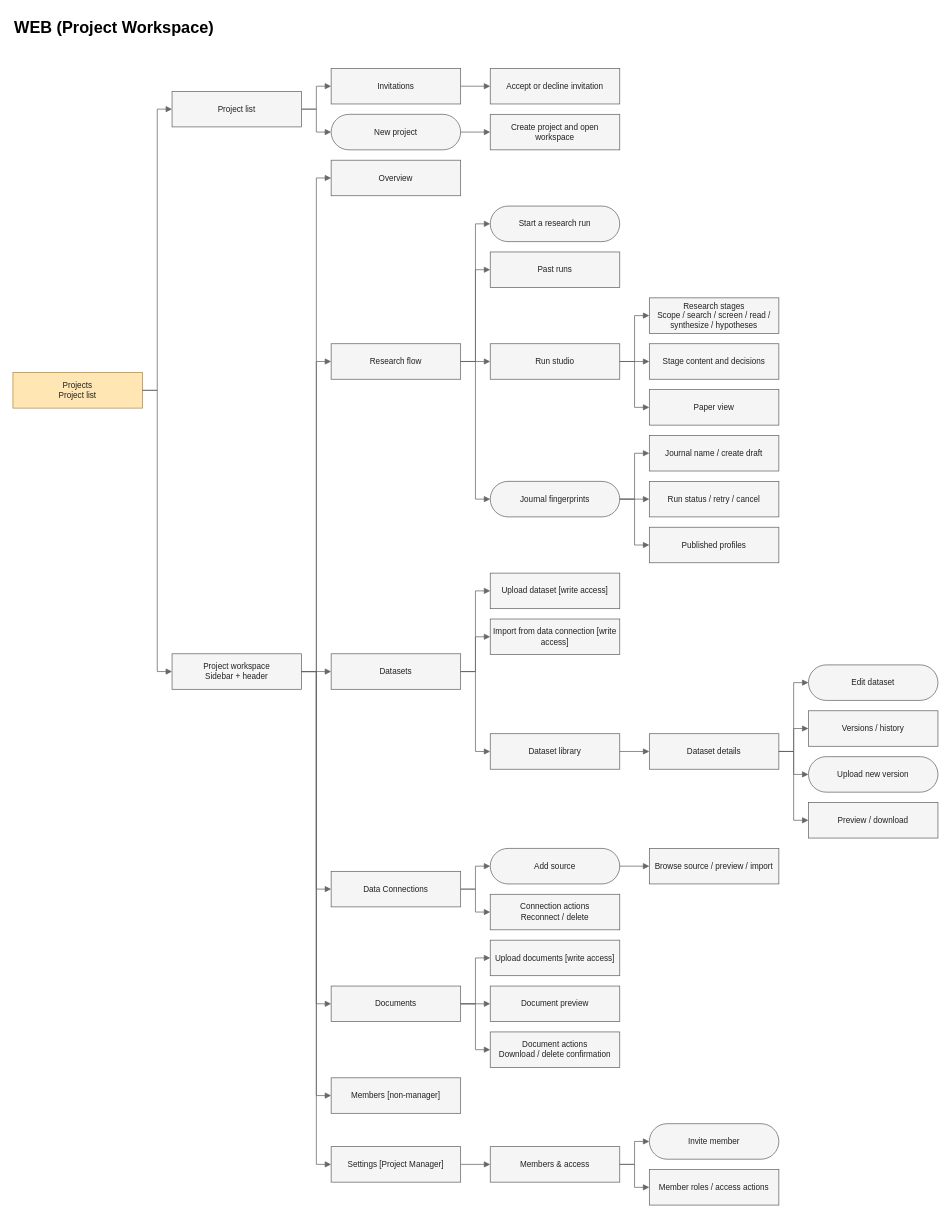
Before: page "Project Workspace" (2 of 8) of diagrams/02-screen-flow/Screen-Flow-Diagram.drawio in openai-scientist/docs, a draw.io diagram. Source tidied: cells renumbered, new cells numbered last; positions are measured from the earlier drawing's top-left corner, leaving out a move shared by most shapes. Both pictures are drawn from the tidied source at 74%, with x=0, y=0 at pixel (13, 13).
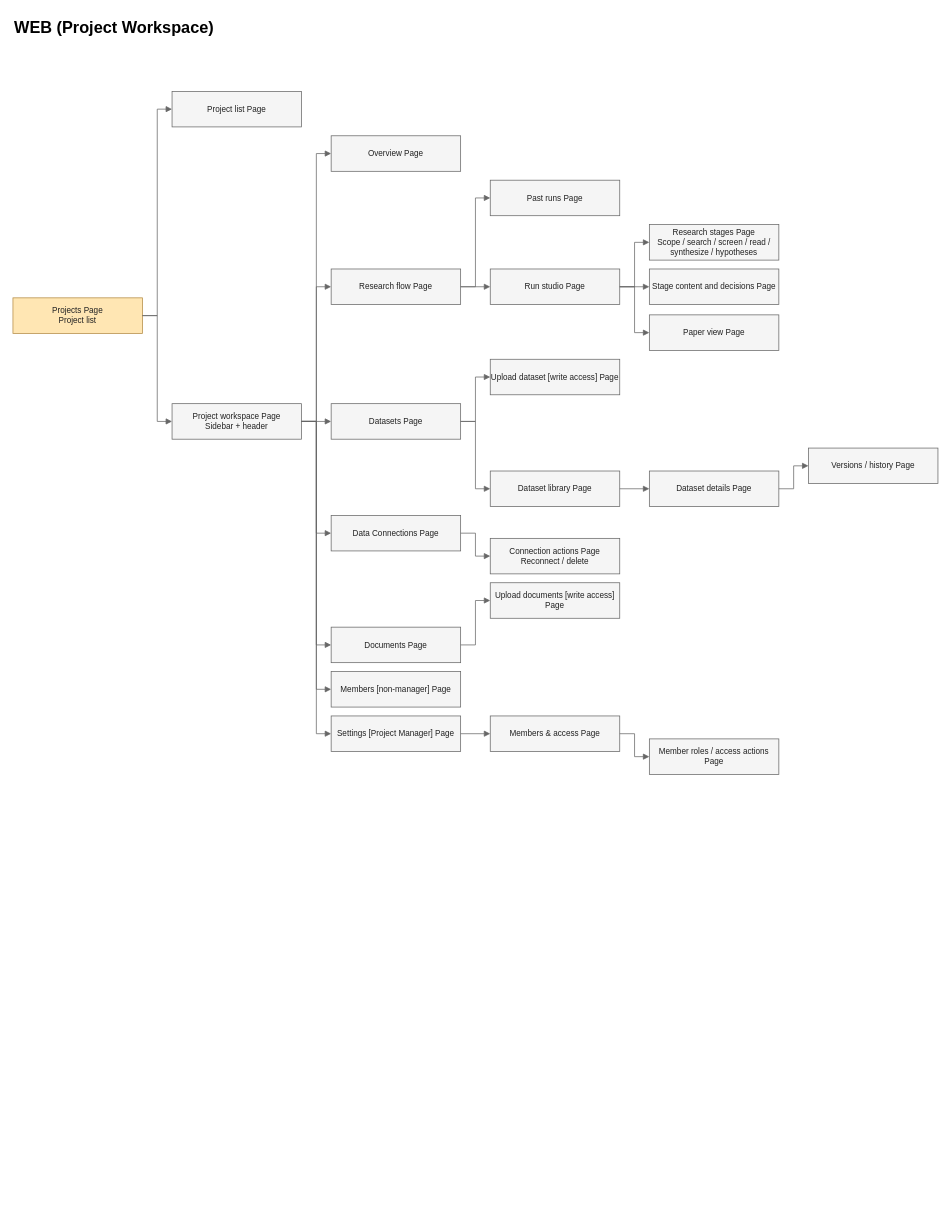
After the change.

Change to the diagram source:
```diff
@@
-    <mxCell id="3" value="Projects&#10;Project list" style="rounded=0;whiteSpace=wrap;html=1;fillColor=#f5f5f5;strokeColor=#666666;fontColor=#222222;fontFamily=Arial;fontSize=11;fillColor=#ffe6b3;strokeColor=#b38a42;" parent="1" vertex="1">
-      <mxGeometry y="486" width="175" height="48" as="geometry" />
+    <mxCell id="3" value="Projects Page&#10;Project list" style="rounded=0;whiteSpace=wrap;html=1;fillColor=#f5f5f5;strokeColor=#666666;fontColor=#222222;fontFamily=Arial;fontSize=11;fillColor=#ffe6b3;strokeColor=#b38a42;" parent="1" vertex="1">
+      <mxGeometry y="385" width="175" height="48" as="geometry" />
     </mxCell>
-    <mxCell id="4" value="Project list" style="rounded=0;whiteSpace=wrap;html=1;fillColor=#f5f5f5;strokeColor=#666666;fontColor=#222222;fontFamily=Arial;fontSize=11;" parent="1" vertex="1">
+    <mxCell id="4" value="Project list Page" style="rounded=0;whiteSpace=wrap;html=1;fillColor=#f5f5f5;strokeColor=#666666;fontColor=#222222;fontFamily=Arial;fontSize=11;" parent="1" vertex="1">
       <mxGeometry x="215" y="106" width="175" height="48" as="geometry" />
     </mxCell>
-    <mxCell id="5" value="Invitations" style="rounded=0;whiteSpace=wrap;html=1;fillColor=#f5f5f5;strokeColor=#666666;fontColor=#222222;fontFamily=Arial;fontSize=11;" parent="1" vertex="1">
-      <mxGeometry x="430" y="75" width="175" height="48" as="geometry" />
-    </mxCell>
-    <mxCell id="6" value="Accept or decline invitation" style="rounded=0;whiteSpace=wrap;html=1;fillColor=#f5f5f5;strokeColor=#666666;fontColor=#222222;fontFamily=Arial;fontSize=11;" parent="1" vertex="1">
-      <mxGeometry x="645" y="75" width="175" height="48" as="geometry" />
-    </mxCell>
-    <mxCell id="7" value="New project" style="rounded=0;whiteSpace=wrap;html=1;fillColor=#f5f5f5;strokeColor=#666666;fontColor=#222222;fontFamily=Arial;fontSize=11;rounded=1;arcSize=50;" parent="1" vertex="1">
-      <mxGeometry x="430" y="137" width="175" height="48" as="geometry" />
-    </mxCell>
-    <mxCell id="8" value="Create project and open workspace" style="rounded=0;whiteSpace=wrap;html=1;fillColor=#f5f5f5;strokeColor=#666666;fontColor=#222222;fontFamily=Arial;fontSize=11;" parent="1" vertex="1">
-      <mxGeometry x="645" y="137" width="175" height="48" as="geometry" />
-    </mxCell>
-    <mxCell id="9" value="Project workspace&#10;Sidebar + header" style="rounded=0;whiteSpace=wrap;html=1;fillColor=#f5f5f5;strokeColor=#666666;fontColor=#222222;fontFamily=Arial;fontSize=11;" parent="1" vertex="1">
-      <mxGeometry x="215" y="866" width="175" height="48" as="geometry" />
+    <mxCell id="9" value="Project workspace Page&#10;Sidebar + header" style="rounded=0;whiteSpace=wrap;html=1;fillColor=#f5f5f5;strokeColor=#666666;fontColor=#222222;fontFamily=Arial;fontSize=11;" parent="1" vertex="1">
+      <mxGeometry x="215" y="528" width="175" height="48" as="geometry" />
     </mxCell>
-    <mxCell id="10" value="Overview" style="rounded=0;whiteSpace=wrap;html=1;fillColor=#f5f5f5;strokeColor=#666666;fontColor=#222222;fontFamily=Arial;fontSize=11;" parent="1" vertex="1">
-      <mxGeometry x="430" y="199" width="175" height="48" as="geometry" />
+    <mxCell id="10" value="Overview Page" style="rounded=0;whiteSpace=wrap;html=1;fillColor=#f5f5f5;strokeColor=#666666;fontColor=#222222;fontFamily=Arial;fontSize=11;" parent="1" vertex="1">
+      <mxGeometry x="430" y="166" width="175" height="48" as="geometry" />
     </mxCell>
-    <mxCell id="11" value="Research flow" style="rounded=0;whiteSpace=wrap;html=1;fillColor=#f5f5f5;strokeColor=#666666;fontColor=#222222;fontFamily=Arial;fontSize=11;" parent="1" vertex="1">
-      <mxGeometry x="430" y="447" width="175" height="48" as="geometry" />
+    <mxCell id="11" value="Research flow Page" style="rounded=0;whiteSpace=wrap;html=1;fillColor=#f5f5f5;strokeColor=#666666;fontColor=#222222;fontFamily=Arial;fontSize=11;" parent="1" vertex="1">
+      <mxGeometry x="430" y="346" width="175" height="48" as="geometry" />
     </mxCell>
-    <mxCell id="12" value="Start a research run" style="rounded=0;whiteSpace=wrap;html=1;fillColor=#f5f5f5;strokeColor=#666666;fontColor=#222222;fontFamily=Arial;fontSize=11;rounded=1;arcSize=50;" parent="1" vertex="1">
-      <mxGeometry x="645" y="261" width="175" height="48" as="geometry" />
-    </mxCell>
-    <mxCell id="13" value="Past runs" style="rounded=0;whiteSpace=wrap;html=1;fillColor=#f5f5f5;strokeColor=#666666;fontColor=#222222;fontFamily=Arial;fontSize=11;" parent="1" vertex="1">
-      <mxGeometry x="645" y="323" width="175" height="48" as="geometry" />
+    <mxCell id="13" value="Past runs Page" style="rounded=0;whiteSpace=wrap;html=1;fillColor=#f5f5f5;strokeColor=#666666;fontColor=#222222;fontFamily=Arial;fontSize=11;" parent="1" vertex="1">
+      <mxGeometry x="645" y="226" width="175" height="48" as="geometry" />
     </mxCell>
-    <mxCell id="14" value="Run studio" style="rounded=0;whiteSpace=wrap;html=1;fillColor=#f5f5f5;strokeColor=#666666;fontColor=#222222;fontFamily=Arial;fontSize=11;" parent="1" vertex="1">
-      <mxGeometry x="645" y="447" width="175" height="48" as="geometry" />
+    <mxCell id="14" value="Run studio Page" style="rounded=0;whiteSpace=wrap;html=1;fillColor=#f5f5f5;strokeColor=#666666;fontColor=#222222;fontFamily=Arial;fontSize=11;" parent="1" vertex="1">
+      <mxGeometry x="645" y="346" width="175" height="48" as="geometry" />
     </mxCell>
-    <mxCell id="15" value="Research stages&#10;Scope / search / screen / read / synthesize / hypotheses" style="rounded=0;whiteSpace=wrap;html=1;fillColor=#f5f5f5;strokeColor=#666666;fontColor=#222222;fontFamily=Arial;fontSize=11;" parent="1" vertex="1">
-      <mxGeometry x="860" y="385" width="175" height="48" as="geometry" />
+    <mxCell id="15" value="Research stages Page&#10;Scope / search / screen / read / synthesize / hypotheses" style="rounded=0;whiteSpace=wrap;html=1;fillColor=#f5f5f5;strokeColor=#666666;fontColor=#222222;fontFamily=Arial;fontSize=11;" parent="1" vertex="1">
+      <mxGeometry x="860" y="286" width="175" height="48" as="geometry" />
     </mxCell>
-    <mxCell id="16" value="Stage content and decisions" style="rounded=0;whiteSpace=wrap;html=1;fillColor=#f5f5f5;strokeColor=#666666;fontColor=#222222;fontFamily=Arial;fontSize=11;" parent="1" vertex="1">
-      <mxGeometry x="860" y="447" width="175" height="48" as="geometry" />
+    <mxCell id="16" value="Stage content and decisions Page" style="rounded=0;whiteSpace=wrap;html=1;fillColor=#f5f5f5;strokeColor=#666666;fontColor=#222222;fontFamily=Arial;fontSize=11;" parent="1" vertex="1">
+      <mxGeometry x="860" y="346" width="175" height="48" as="geometry" />
     </mxCell>
-    <mxCell id="17" value="Paper view" style="rounded=0;whiteSpace=wrap;html=1;fillColor=#f5f5f5;strokeColor=#666666;fontColor=#222222;fontFamily=Arial;fontSize=11;" parent="1" vertex="1">
-      <mxGeometry x="860" y="509" width="175" height="48" as="geometry" />
+    <mxCell id="17" value="Paper view Page" style="rounded=0;whiteSpace=wrap;html=1;fillColor=#f5f5f5;strokeColor=#666666;fontColor=#222222;fontFamily=Arial;fontSize=11;" parent="1" vertex="1">
+      <mxGeometry x="860" y="408" width="175" height="48" as="geometry" />
     </mxCell>
-    <mxCell id="18" value="Journal fingerprints" style="rounded=0;whiteSpace=wrap;html=1;fillColor=#f5f5f5;strokeColor=#666666;fontColor=#222222;fontFamily=Arial;fontSize=11;rounded=1;arcSize=50;" parent="1" vertex="1">
-      <mxGeometry x="645" y="633" width="175" height="48" as="geometry" />
-    </mxCell>
-    <mxCell id="19" value="Journal name / create draft" style="rounded=0;whiteSpace=wrap;html=1;fillColor=#f5f5f5;strokeColor=#666666;fontColor=#222222;fontFamily=Arial;fontSize=11;" parent="1" vertex="1">
-      <mxGeometry x="860" y="571" width="175" height="48" as="geometry" />
-    </mxCell>
-    <mxCell id="20" value="Run status / retry / cancel" style="rounded=0;whiteSpace=wrap;html=1;fillColor=#f5f5f5;strokeColor=#666666;fontColor=#222222;fontFamily=Arial;fontSize=11;" parent="1" vertex="1">
-      <mxGeometry x="860" y="633" width="175" height="48" as="geometry" />
-    </mxCell>
-    <mxCell id="21" value="Published profiles" style="rounded=0;whiteSpace=wrap;html=1;fillColor=#f5f5f5;strokeColor=#666666;fontColor=#222222;fontFamily=Arial;fontSize=11;" parent="1" vertex="1">
-      <mxGeometry x="860" y="695" width="175" height="48" as="geometry" />
-    </mxCell>
-    <mxCell id="22" value="Datasets" style="rounded=0;whiteSpace=wrap;html=1;fillColor=#f5f5f5;strokeColor=#666666;fontColor=#222222;fontFamily=Arial;fontSize=11;" parent="1" vertex="1">
-      <mxGeometry x="430" y="866" width="175" height="48" as="geometry" />
+    <mxCell id="22" value="Datasets Page" style="rounded=0;whiteSpace=wrap;html=1;fillColor=#f5f5f5;strokeColor=#666666;fontColor=#222222;fontFamily=Arial;fontSize=11;" parent="1" vertex="1">
+      <mxGeometry x="430" y="528" width="175" height="48" as="geometry" />
     </mxCell>
-    <mxCell id="23" value="Upload dataset [write access]" style="rounded=0;whiteSpace=wrap;html=1;fillColor=#f5f5f5;strokeColor=#666666;fontColor=#222222;fontFamily=Arial;fontSize=11;" parent="1" vertex="1">
-      <mxGeometry x="645" y="757" width="175" height="48" as="geometry" />
+    <mxCell id="23" value="Upload dataset [write access] Page" style="rounded=0;whiteSpace=wrap;html=1;fillColor=#f5f5f5;strokeColor=#666666;fontColor=#222222;fontFamily=Arial;fontSize=11;" parent="1" vertex="1">
+      <mxGeometry x="645" y="468" width="175" height="48" as="geometry" />
     </mxCell>
-    <mxCell id="24" value="Import from data connection [write access]" style="rounded=0;whiteSpace=wrap;html=1;fillColor=#f5f5f5;strokeColor=#666666;fontColor=#222222;fontFamily=Arial;fontSize=11;" parent="1" vertex="1">
-      <mxGeometry x="645" y="819" width="175" height="48" as="geometry" />
-    </mxCell>
-    <mxCell id="25" value="Dataset library" style="rounded=0;whiteSpace=wrap;html=1;fillColor=#f5f5f5;strokeColor=#666666;fontColor=#222222;fontFamily=Arial;fontSize=11;" parent="1" vertex="1">
-      <mxGeometry x="645" y="974" width="175" height="48" as="geometry" />
+    <mxCell id="25" value="Dataset library Page" style="rounded=0;whiteSpace=wrap;html=1;fillColor=#f5f5f5;strokeColor=#666666;fontColor=#222222;fontFamily=Arial;fontSize=11;" parent="1" vertex="1">
+      <mxGeometry x="645" y="619" width="175" height="48" as="geometry" />
     </mxCell>
-    <mxCell id="26" value="Dataset details" style="rounded=0;whiteSpace=wrap;html=1;fillColor=#f5f5f5;strokeColor=#666666;fontColor=#222222;fontFamily=Arial;fontSize=11;" parent="1" vertex="1">
-      <mxGeometry x="860" y="974" width="175" height="48" as="geometry" />
+    <mxCell id="26" value="Dataset details Page" style="rounded=0;whiteSpace=wrap;html=1;fillColor=#f5f5f5;strokeColor=#666666;fontColor=#222222;fontFamily=Arial;fontSize=11;" parent="1" vertex="1">
+      <mxGeometry x="860" y="619" width="175" height="48" as="geometry" />
     </mxCell>
-    <mxCell id="27" value="Edit dataset" style="rounded=0;whiteSpace=wrap;html=1;fillColor=#f5f5f5;strokeColor=#666666;fontColor=#222222;fontFamily=Arial;fontSize=11;rounded=1;arcSize=50;" parent="1" vertex="1">
-      <mxGeometry x="1075" y="881" width="175" height="48" as="geometry" />
-    </mxCell>
-    <mxCell id="28" value="Versions / history" style="rounded=0;whiteSpace=wrap;html=1;fillColor=#f5f5f5;strokeColor=#666666;fontColor=#222222;fontFamily=Arial;fontSize=11;" parent="1" vertex="1">
-      <mxGeometry x="1075" y="943" width="175" height="48" as="geometry" />
+    <mxCell id="28" value="Versions / history Page" style="rounded=0;whiteSpace=wrap;html=1;fillColor=#f5f5f5;strokeColor=#666666;fontColor=#222222;fontFamily=Arial;fontSize=11;" parent="1" vertex="1">
+      <mxGeometry x="1075" y="588" width="175" height="48" as="geometry" />
     </mxCell>
-    <mxCell id="29" value="Upload new version" style="rounded=0;whiteSpace=wrap;html=1;fillColor=#f5f5f5;strokeColor=#666666;fontColor=#222222;fontFamily=Arial;fontSize=11;rounded=1;arcSize=50;" parent="1" vertex="1">
-      <mxGeometry x="1075" y="1005" width="175" height="48" as="geometry" />
-    </mxCell>
-    <mxCell id="30" value="Preview / download" style="rounded=0;whiteSpace=wrap;html=1;fillColor=#f5f5f5;strokeColor=#666666;fontColor=#222222;fontFamily=Arial;fontSize=11;" parent="1" vertex="1">
-      <mxGeometry x="1075" y="1067" width="175" height="48" as="geometry" />
-    </mxCell>
-    <mxCell id="31" value="Data Connections" style="rounded=0;whiteSpace=wrap;html=1;fillColor=#f5f5f5;strokeColor=#666666;fontColor=#222222;fontFamily=Arial;fontSize=11;" parent="1" vertex="1">
-      <mxGeometry x="430" y="1160" width="175" height="48" as="geometry" />
+    <mxCell id="31" value="Data Connections Page" style="rounded=0;whiteSpace=wrap;html=1;fillColor=#f5f5f5;strokeColor=#666666;fontColor=#222222;fontFamily=Arial;fontSize=11;" parent="1" vertex="1">
+      <mxGeometry x="430" y="679" width="175" height="48" as="geometry" />
     </mxCell>
-    <mxCell id="32" value="Add source" style="rounded=0;whiteSpace=wrap;html=1;fillColor=#f5f5f5;strokeColor=#666666;fontColor=#222222;fontFamily=Arial;fontSize=11;rounded=1;arcSize=50;" parent="1" vertex="1">
-      <mxGeometry x="645" y="1129" width="175" height="48" as="geometry" />
-    </mxCell>
-    <mxCell id="33" value="Browse source / preview / import" style="rounded=0;whiteSpace=wrap;html=1;fillColor=#f5f5f5;strokeColor=#666666;fontColor=#222222;fontFamily=Arial;fontSize=11;" parent="1" vertex="1">
-      <mxGeometry x="860" y="1129" width="175" height="48" as="geometry" />
-    </mxCell>
-    <mxCell id="34" value="Connection actions&#10;Reconnect / delete" style="rounded=0;whiteSpace=wrap;html=1;fillColor=#f5f5f5;strokeColor=#666666;fontColor=#222222;fontFamily=Arial;fontSize=11;" parent="1" vertex="1">
-      <mxGeometry x="645" y="1191" width="175" height="48" as="geometry" />
+    <mxCell id="34" value="Connection actions Page&#10;Reconnect / delete" style="rounded=0;whiteSpace=wrap;html=1;fillColor=#f5f5f5;strokeColor=#666666;fontColor=#222222;fontFamily=Arial;fontSize=11;" parent="1" vertex="1">
+      <mxGeometry x="645" y="710" width="175" height="48" as="geometry" />
     </mxCell>
-    <mxCell id="35" value="Documents" style="rounded=0;whiteSpace=wrap;html=1;fillColor=#f5f5f5;strokeColor=#666666;fontColor=#222222;fontFamily=Arial;fontSize=11;" parent="1" vertex="1">
-      <mxGeometry x="430" y="1315" width="175" height="48" as="geometry" />
+    <mxCell id="35" value="Documents Page" style="rounded=0;whiteSpace=wrap;html=1;fillColor=#f5f5f5;strokeColor=#666666;fontColor=#222222;fontFamily=Arial;fontSize=11;" parent="1" vertex="1">
+      <mxGeometry x="430" y="830" width="175" height="48" as="geometry" />
     </mxCell>
-    <mxCell id="36" value="Upload documents [write access]" style="rounded=0;whiteSpace=wrap;html=1;fillColor=#f5f5f5;strokeColor=#666666;fontColor=#222222;fontFamily=Arial;fontSize=11;" parent="1" vertex="1">
-      <mxGeometry x="645" y="1253" width="175" height="48" as="geometry" />
+    <mxCell id="36" value="Upload documents [write access] Page" style="rounded=0;whiteSpace=wrap;html=1;fillColor=#f5f5f5;strokeColor=#666666;fontColor=#222222;fontFamily=Arial;fontSize=11;" parent="1" vertex="1">
+      <mxGeometry x="645" y="770" width="175" height="48" as="geometry" />
     </mxCell>
-    <mxCell id="37" value="Document preview" style="rounded=0;whiteSpace=wrap;html=1;fillColor=#f5f5f5;strokeColor=#666666;fontColor=#222222;fontFamily=Arial;fontSize=11;" parent="1" vertex="1">
-      <mxGeometry x="645" y="1315" width="175" height="48" as="geometry" />
-    </mxCell>
-    <mxCell id="38" value="Document actions&#10;Download / delete confirmation" style="rounded=0;whiteSpace=wrap;html=1;fillColor=#f5f5f5;strokeColor=#666666;fontColor=#222222;fontFamily=Arial;fontSize=11;" parent="1" vertex="1">
-      <mxGeometry x="645" y="1377" width="175" height="48" as="geometry" />
-    </mxCell>
-    <mxCell id="39" value="Members [non-manager]" style="rounded=0;whiteSpace=wrap;html=1;fillColor=#f5f5f5;strokeColor=#666666;fontColor=#222222;fontFamily=Arial;fontSize=11;" parent="1" vertex="1">
-      <mxGeometry x="430" y="1439" width="175" height="48" as="geometry" />
+    <mxCell id="39" value="Members [non-manager] Page" style="rounded=0;whiteSpace=wrap;html=1;fillColor=#f5f5f5;strokeColor=#666666;fontColor=#222222;fontFamily=Arial;fontSize=11;" parent="1" vertex="1">
+      <mxGeometry x="430" y="890" width="175" height="48" as="geometry" />
     </mxCell>
-    <mxCell id="40" value="Settings [Project Manager]" style="rounded=0;whiteSpace=wrap;html=1;fillColor=#f5f5f5;strokeColor=#666666;fontColor=#222222;fontFamily=Arial;fontSize=11;" parent="1" vertex="1">
-      <mxGeometry x="430" y="1532" width="175" height="48" as="geometry" />
+    <mxCell id="40" value="Settings [Project Manager] Page" style="rounded=0;whiteSpace=wrap;html=1;fillColor=#f5f5f5;strokeColor=#666666;fontColor=#222222;fontFamily=Arial;fontSize=11;" parent="1" vertex="1">
+      <mxGeometry x="430" y="950" width="175" height="48" as="geometry" />
     </mxCell>
-    <mxCell id="41" value="Members &amp; access" style="rounded=0;whiteSpace=wrap;html=1;fillColor=#f5f5f5;strokeColor=#666666;fontColor=#222222;fontFamily=Arial;fontSize=11;" parent="1" vertex="1">
-      <mxGeometry x="645" y="1532" width="175" height="48" as="geometry" />
+    <mxCell id="41" value="Members &amp; access Page" style="rounded=0;whiteSpace=wrap;html=1;fillColor=#f5f5f5;strokeColor=#666666;fontColor=#222222;fontFamily=Arial;fontSize=11;" parent="1" vertex="1">
+      <mxGeometry x="645" y="950" width="175" height="48" as="geometry" />
     </mxCell>
-    <mxCell id="42" value="Invite member" style="rounded=0;whiteSpace=wrap;html=1;fillColor=#f5f5f5;strokeColor=#666666;fontColor=#222222;fontFamily=Arial;fontSize=11;rounded=1;arcSize=50;" parent="1" vertex="1">
-      <mxGeometry x="860" y="1501" width="175" height="48" as="geometry" />
-    </mxCell>
-    <mxCell id="43" value="Member roles / access actions" style="rounded=0;whiteSpace=wrap;html=1;fillColor=#f5f5f5;strokeColor=#666666;fontColor=#222222;fontFamily=Arial;fontSize=11;" parent="1" vertex="1">
-      <mxGeometry x="860" y="1563" width="175" height="48" as="geometry" />
+    <mxCell id="43" value="Member roles / access actions Page" style="rounded=0;whiteSpace=wrap;html=1;fillColor=#f5f5f5;strokeColor=#666666;fontColor=#222222;fontFamily=Arial;fontSize=11;" parent="1" vertex="1">
+      <mxGeometry x="860" y="981" width="175" height="48" as="geometry" />
     </mxCell>
@@
-    <mxCell id="45" style="edgeStyle=orthogonalEdgeStyle;rounded=0;html=1;endArrow=block;endFill=1;strokeColor=#666666;exitX=1;exitY=0.5;entryX=0;entryY=0.5;" parent="1" edge="1" source="4" target="5">
-      <mxGeometry relative="1" as="geometry" />
-    </mxCell>
-    <mxCell id="46" style="edgeStyle=orthogonalEdgeStyle;rounded=0;html=1;endArrow=block;endFill=1;strokeColor=#666666;exitX=1;exitY=0.5;entryX=0;entryY=0.5;" parent="1" edge="1" source="5" target="6">
-      <mxGeometry relative="1" as="geometry" />
-    </mxCell>
-    <mxCell id="47" style="edgeStyle=orthogonalEdgeStyle;rounded=0;html=1;endArrow=block;endFill=1;strokeColor=#666666;exitX=1;exitY=0.5;entryX=0;entryY=0.5;" parent="1" edge="1" source="4" target="7">
-      <mxGeometry relative="1" as="geometry" />
-    </mxCell>
-    <mxCell id="48" style="edgeStyle=orthogonalEdgeStyle;rounded=0;html=1;endArrow=block;endFill=1;strokeColor=#666666;exitX=1;exitY=0.5;entryX=0;entryY=0.5;" parent="1" edge="1" source="7" target="8">
-      <mxGeometry relative="1" as="geometry" />
-    </mxCell>
@@
-    <mxCell id="52" style="edgeStyle=orthogonalEdgeStyle;rounded=0;html=1;endArrow=block;endFill=1;strokeColor=#666666;exitX=1;exitY=0.5;entryX=0;entryY=0.5;" parent="1" edge="1" source="11" target="12">
-      <mxGeometry relative="1" as="geometry" />
-    </mxCell>
@@
-    <mxCell id="58" style="edgeStyle=orthogonalEdgeStyle;rounded=0;html=1;endArrow=block;endFill=1;strokeColor=#666666;exitX=1;exitY=0.5;entryX=0;entryY=0.5;" parent="1" edge="1" source="11" target="18">
-      <mxGeometry relative="1" as="geometry" />
-    </mxCell>
-    <mxCell id="59" style="edgeStyle=orthogonalEdgeStyle;rounded=0;html=1;endArrow=block;endFill=1;strokeColor=#666666;exitX=1;exitY=0.5;entryX=0;entryY=0.5;" parent="1" edge="1" source="18" target="19">
-      <mxGeometry relative="1" as="geometry" />
-    </mxCell>
-    <mxCell id="60" style="edgeStyle=orthogonalEdgeStyle;rounded=0;html=1;endArrow=block;endFill=1;strokeColor=#666666;exitX=1;exitY=0.5;entryX=0;entryY=0.5;" parent="1" edge="1" source="18" target="20">
-      <mxGeometry relative="1" as="geometry" />
-    </mxCell>
-    <mxCell id="61" style="edgeStyle=orthogonalEdgeStyle;rounded=0;html=1;endArrow=block;endFill=1;strokeColor=#666666;exitX=1;exitY=0.5;entryX=0;entryY=0.5;" parent="1" edge="1" source="18" target="21">
-      <mxGeometry relative="1" as="geometry" />
-    </mxCell>
@@
-    <mxCell id="64" style="edgeStyle=orthogonalEdgeStyle;rounded=0;html=1;endArrow=block;endFill=1;strokeColor=#666666;exitX=1;exitY=0.5;entryX=0;entryY=0.5;" parent="1" edge="1" source="22" target="24">
-      <mxGeometry relative="1" as="geometry" />
-    </mxCell>
@@
-    <mxCell id="67" style="edgeStyle=orthogonalEdgeStyle;rounded=0;html=1;endArrow=block;endFill=1;strokeColor=#666666;exitX=1;exitY=0.5;entryX=0;entryY=0.5;" parent="1" edge="1" source="26" target="27">
-      <mxGeometry relative="1" as="geometry" />
-    </mxCell>
@@
-    <mxCell id="69" style="edgeStyle=orthogonalEdgeStyle;rounded=0;html=1;endArrow=block;endFill=1;strokeColor=#666666;exitX=1;exitY=0.5;entryX=0;entryY=0.5;" parent="1" edge="1" source="26" target="29">
-      <mxGeometry relative="1" as="geometry" />
-    </mxCell>
-    <mxCell id="70" style="edgeStyle=orthogonalEdgeStyle;rounded=0;html=1;endArrow=block;endFill=1;strokeColor=#666666;exitX=1;exitY=0.5;entryX=0;entryY=0.5;" parent="1" edge="1" source="26" target="30">
-      <mxGeometry relative="1" as="geometry" />
-    </mxCell>
@@
-    <mxCell id="72" style="edgeStyle=orthogonalEdgeStyle;rounded=0;html=1;endArrow=block;endFill=1;strokeColor=#666666;exitX=1;exitY=0.5;entryX=0;entryY=0.5;" parent="1" edge="1" source="31" target="32">
-      <mxGeometry relative="1" as="geometry" />
-    </mxCell>
-    <mxCell id="73" style="edgeStyle=orthogonalEdgeStyle;rounded=0;html=1;endArrow=block;endFill=1;strokeColor=#666666;exitX=1;exitY=0.5;entryX=0;entryY=0.5;" parent="1" edge="1" source="32" target="33">
-      <mxGeometry relative="1" as="geometry" />
-    </mxCell>
@@
-    <mxCell id="77" style="edgeStyle=orthogonalEdgeStyle;rounded=0;html=1;endArrow=block;endFill=1;strokeColor=#666666;exitX=1;exitY=0.5;entryX=0;entryY=0.5;" parent="1" edge="1" source="35" target="37">
-      <mxGeometry relative="1" as="geometry" />
-    </mxCell>
-    <mxCell id="78" style="edgeStyle=orthogonalEdgeStyle;rounded=0;html=1;endArrow=block;endFill=1;strokeColor=#666666;exitX=1;exitY=0.5;entryX=0;entryY=0.5;" parent="1" edge="1" source="35" target="38">
-      <mxGeometry relative="1" as="geometry" />
-    </mxCell>
@@
-    <mxCell id="82" style="edgeStyle=orthogonalEdgeStyle;rounded=0;html=1;endArrow=block;endFill=1;strokeColor=#666666;exitX=1;exitY=0.5;entryX=0;entryY=0.5;" parent="1" edge="1" source="41" target="42">
-      <mxGeometry relative="1" as="geometry" />
-    </mxCell>
```
